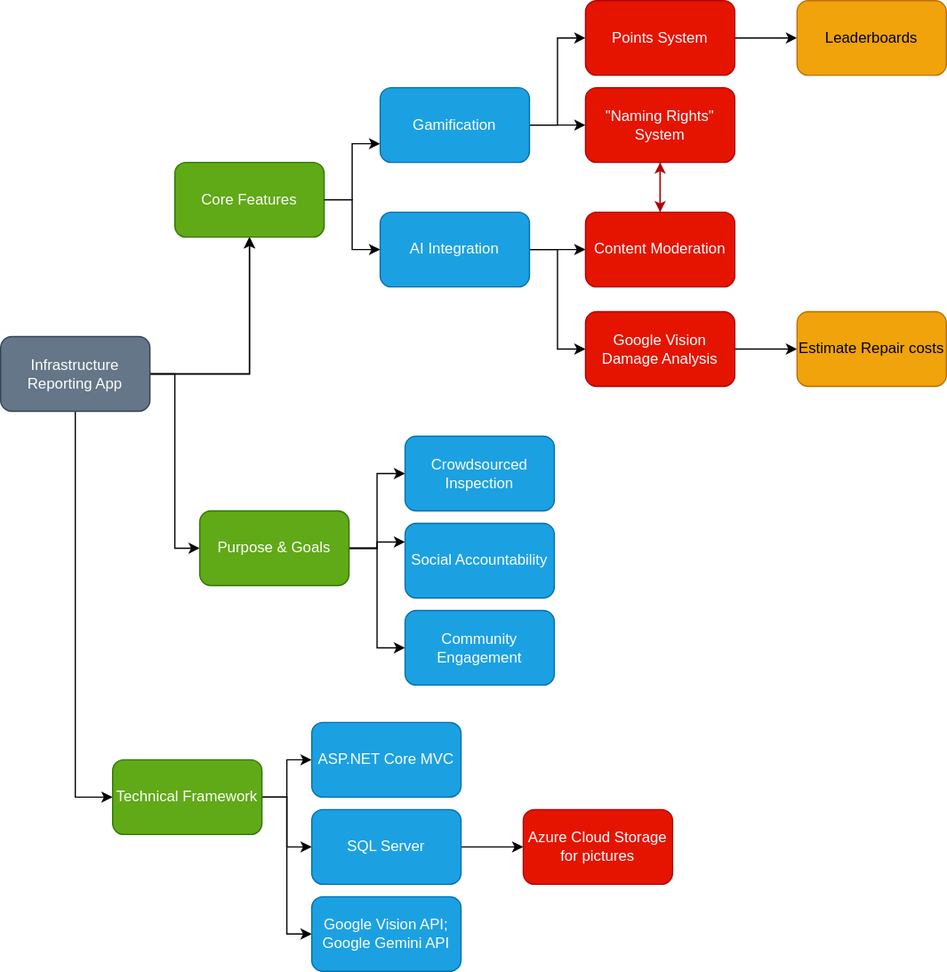
Earlier version of the draw.io export doc/infrastructure_mind_map.svg (phillip-alter/dynamic-engineering-squad). Source tidied: cells renumbered, new cells last; positions are measured from the earlier drawing's top-left corner, leaving out a move shared by most shapes.
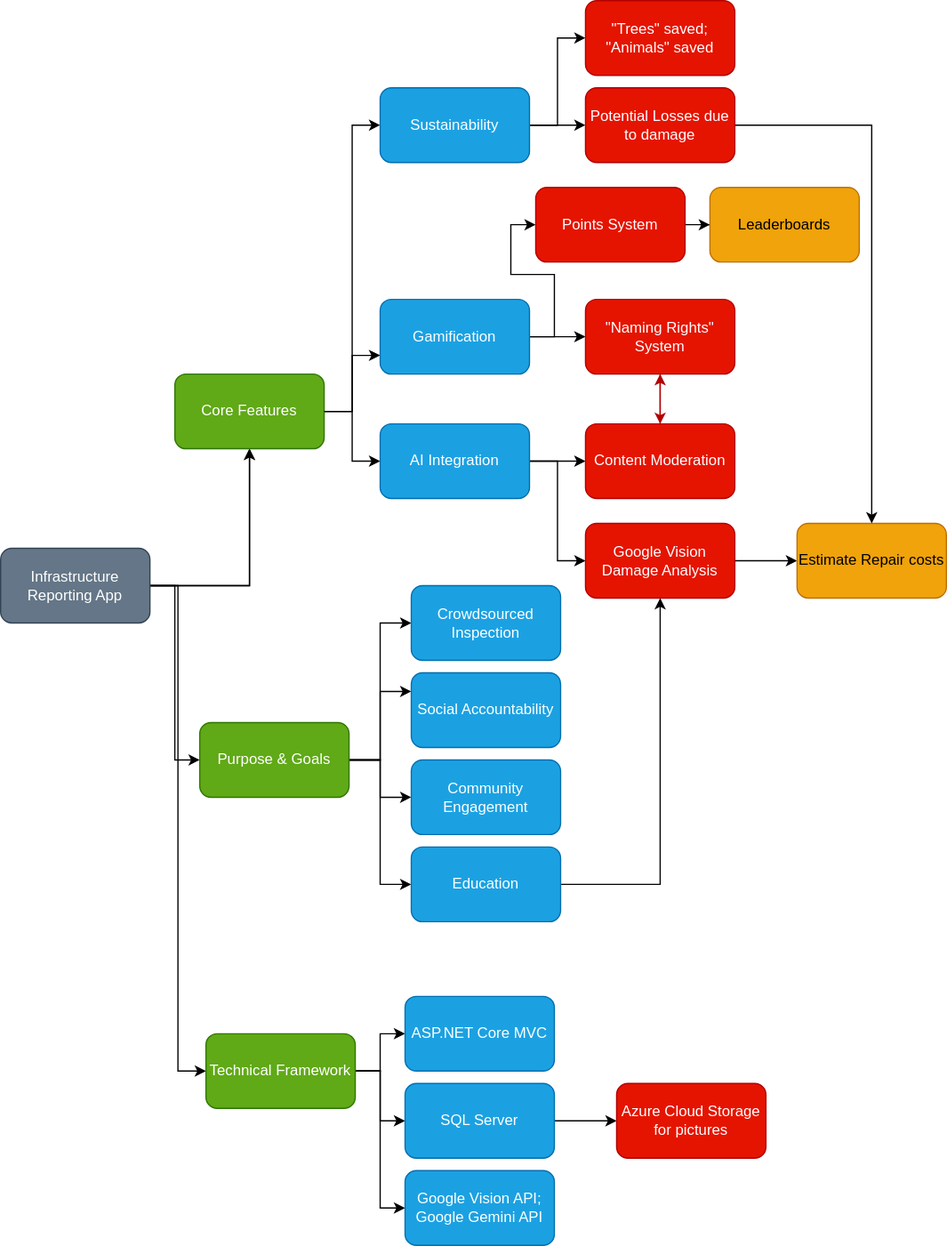
Above is the later version.

Commit message:
(add) architecture svg; (add) add extra mind map bubbles for sustainability

Diff of the diagram source:
```diff
@@ -20,10 +20,13 @@
     <mxCell id="7" style="edgeStyle=orthogonalEdgeStyle;rounded=0;jettySize=auto;html=1;entryX=0;entryY=0.75;entryDx=0;entryDy=0;" parent="1" edge="1" source="8" target="19">
       <mxGeometry relative="1" as="geometry" />
     </mxCell>
+    <mxCell id="42" style="edgeStyle=orthogonalEdgeStyle;rounded=0;jettySize=auto;html=1;entryX=0;entryY=0.5;entryDx=0;entryDy=0;" parent="1" edge="1" source="8" target="46">
+      <mxGeometry relative="1" as="geometry" />
+    </mxCell>
     <mxCell id="8" value="Core Features" style="whiteSpace=wrap;html=1;rounded=1;fillColor=#60a917;fontColor=#ffffff;strokeColor=#2D7600;" parent="1" vertex="1">
       <mxGeometry x="140" y="130" width="120" height="60" as="geometry" />
     </mxCell>
-    <mxCell id="9" style="edgeStyle=orthogonalEdgeStyle;rounded=0;jettySize=auto;html=1;" parent="1" edge="1" source="12" target="34">
+    <mxCell id="9" style="edgeStyle=orthogonalEdgeStyle;rounded=0;jettySize=auto;html=1;entryX=0;entryY=0.5;entryDx=0;entryDy=0;" parent="1" edge="1" source="12" target="34">
       <mxGeometry relative="1" as="geometry" />
     </mxCell>
     <mxCell id="10" style="edgeStyle=orthogonalEdgeStyle;rounded=0;jettySize=auto;html=1;entryX=0;entryY=0.25;entryDx=0;entryDy=0;" parent="1" edge="1" source="12" target="35">
@@ -32,6 +35,9 @@
     <mxCell id="11" style="edgeStyle=orthogonalEdgeStyle;rounded=0;jettySize=auto;html=1;entryX=0;entryY=0.5;entryDx=0;entryDy=0;" parent="1" edge="1" source="12" target="36">
       <mxGeometry relative="1" as="geometry" />
     </mxCell>
+    <mxCell id="43" style="edgeStyle=orthogonalEdgeStyle;rounded=0;jettySize=auto;html=1;entryX=0;entryY=0.5;entryDx=0;entryDy=0;" parent="1" edge="1" source="12" target="51">
+      <mxGeometry relative="1" as="geometry" />
+    </mxCell>
     <mxCell id="12" value="Purpose &amp;amp; Goals" style="rounded=1;whiteSpace=wrap;html=1;fillColor=#60a917;fontColor=#ffffff;strokeColor=#2D7600;" parent="1" vertex="1">
       <mxGeometry x="160" y="410" width="120" height="60" as="geometry" />
     </mxCell>
@@ -45,7 +51,7 @@
       <mxGeometry relative="1" as="geometry" />
     </mxCell>
     <mxCell id="16" value="Technical Framework" style="rounded=1;whiteSpace=wrap;html=1;fillColor=#60a917;fontColor=#ffffff;strokeColor=#2D7600;" parent="1" vertex="1">
-      <mxGeometry x="90" y="610" width="120" height="60" as="geometry" />
+      <mxGeometry x="165" y="660" width="120" height="60" as="geometry" />
     </mxCell>
     <mxCell id="17" style="edgeStyle=orthogonalEdgeStyle;rounded=0;jettySize=auto;html=1;entryX=0;entryY=0.5;entryDx=0;entryDy=0;" parent="1" edge="1" source="19" target="25">
       <mxGeometry relative="1" as="geometry" />
@@ -72,10 +78,10 @@
       <mxGeometry relative="1" as="geometry" />
     </mxCell>
     <mxCell id="25" value="Points System" style="rounded=1;whiteSpace=wrap;html=1;fillColor=#e51400;fontColor=#ffffff;strokeColor=#B20000;" parent="1" vertex="1">
-      <mxGeometry x="470" width="120" height="60" as="geometry" />
+      <mxGeometry x="430" y="-20" width="120" height="60" as="geometry" />
     </mxCell>
     <mxCell id="26" value="Leaderboards" style="rounded=1;whiteSpace=wrap;html=1;fillColor=#f0a30a;fontColor=#000000;strokeColor=#BD7000;" parent="1" vertex="1">
-      <mxGeometry x="640" width="120" height="60" as="geometry" />
+      <mxGeometry x="570" y="-20" width="120" height="60" as="geometry" />
     </mxCell>
     <mxCell id="27" style="edgeStyle=orthogonalEdgeStyle;rounded=0;jettySize=auto;html=1;fillColor=#e51400;strokeColor=#B20000;" parent="1" edge="1" source="28" target="33">
       <mxGeometry relative="1" as="geometry" />
@@ -99,28 +105,52 @@
       <mxGeometry x="470" y="170" width="120" height="60" as="geometry" />
     </mxCell>
     <mxCell id="34" value="Crowdsourced Inspection" style="whiteSpace=wrap;html=1;rounded=1;fillColor=#1ba1e2;fontColor=#ffffff;strokeColor=#006EAF;" parent="1" vertex="1">
-      <mxGeometry x="325" y="350" width="120" height="60" as="geometry" />
+      <mxGeometry x="330" y="300" width="120" height="60" as="geometry" />
     </mxCell>
     <mxCell id="35" value="Social Accountability" style="rounded=1;whiteSpace=wrap;html=1;fillColor=#1ba1e2;fontColor=#ffffff;strokeColor=#006EAF;" parent="1" vertex="1">
-      <mxGeometry x="325" y="420" width="120" height="60" as="geometry" />
+      <mxGeometry x="330" y="370" width="120" height="60" as="geometry" />
     </mxCell>
     <mxCell id="36" value="Community Engagement" style="rounded=1;whiteSpace=wrap;html=1;fillColor=#1ba1e2;fontColor=#ffffff;strokeColor=#006EAF;" parent="1" vertex="1">
-      <mxGeometry x="325" y="490" width="120" height="60" as="geometry" />
+      <mxGeometry x="330" y="440" width="120" height="60" as="geometry" />
     </mxCell>
     <mxCell id="37" value="ASP.NET Core MVC" style="whiteSpace=wrap;html=1;rounded=1;fillColor=#1ba1e2;fontColor=#ffffff;strokeColor=#006EAF;" parent="1" vertex="1">
-      <mxGeometry x="250" y="580" width="120" height="60" as="geometry" />
+      <mxGeometry x="325" y="630" width="120" height="60" as="geometry" />
     </mxCell>
     <mxCell id="38" style="edgeStyle=orthogonalEdgeStyle;rounded=0;jettySize=auto;html=1;" parent="1" edge="1" source="39" target="41">
       <mxGeometry relative="1" as="geometry" />
     </mxCell>
     <mxCell id="39" value="SQL Server" style="rounded=1;whiteSpace=wrap;html=1;fillColor=#1ba1e2;fontColor=#ffffff;strokeColor=#006EAF;" parent="1" vertex="1">
-      <mxGeometry x="250" y="650" width="120" height="60" as="geometry" />
+      <mxGeometry x="325" y="700" width="120" height="60" as="geometry" />
     </mxCell>
     <mxCell id="40" value="Google Vision API; Google Gemini API" style="rounded=1;whiteSpace=wrap;html=1;fillColor=#1ba1e2;fontColor=#ffffff;strokeColor=#006EAF;" parent="1" vertex="1">
-      <mxGeometry x="250" y="720" width="120" height="60" as="geometry" />
+      <mxGeometry x="325" y="770" width="120" height="60" as="geometry" />
     </mxCell>
     <mxCell id="41" value="Azure Cloud Storage for pictures" style="whiteSpace=wrap;html=1;rounded=1;fillColor=#e51400;fontColor=#ffffff;strokeColor=#B20000;" parent="1" vertex="1">
-      <mxGeometry x="420" y="650" width="120" height="60" as="geometry" />
+      <mxGeometry x="495" y="700" width="120" height="60" as="geometry" />
     </mxCell>
+    <mxCell id="44" style="edgeStyle=orthogonalEdgeStyle;rounded=0;jettySize=auto;html=1;" parent="1" edge="1" source="46" target="48">
+      <mxGeometry relative="1" as="geometry" />
+    </mxCell>
+    <mxCell id="45" style="edgeStyle=orthogonalEdgeStyle;rounded=0;jettySize=auto;html=1;entryX=0;entryY=0.5;entryDx=0;entryDy=0;" parent="1" edge="1" source="46" target="49">
+      <mxGeometry relative="1" as="geometry" />
+    </mxCell>
+    <mxCell id="46" value="Sustainability" style="rounded=1;whiteSpace=wrap;html=1;fillColor=#1ba1e2;fontColor=#ffffff;strokeColor=#006EAF;" parent="1" vertex="1">
+      <mxGeometry x="305" y="-100" width="120" height="60" as="geometry" />
+    </mxCell>
+    <mxCell id="47" style="edgeStyle=orthogonalEdgeStyle;rounded=0;jettySize=auto;html=1;" parent="1" edge="1" source="48" target="31">
+      <mxGeometry relative="1" as="geometry" />
+    </mxCell>
+    <mxCell id="48" value="Potential Losses due to damage" style="whiteSpace=wrap;html=1;rounded=1;fillColor=#e51400;fontColor=#ffffff;strokeColor=#B20000;" parent="1" vertex="1">
+      <mxGeometry x="470" y="-100" width="120" height="60" as="geometry" />
+    </mxCell>
+    <mxCell id="49" value="&quot;Trees&quot; saved; &quot;Animals&quot; saved" style="rounded=1;whiteSpace=wrap;html=1;fillColor=#e51400;fontColor=#ffffff;strokeColor=#B20000;" parent="1" vertex="1">
+      <mxGeometry x="470" y="-170" width="120" height="60" as="geometry" />
+    </mxCell>
+    <mxCell id="50" style="edgeStyle=orthogonalEdgeStyle;rounded=0;jettySize=auto;html=1;entryX=0.5;entryY=1;entryDx=0;entryDy=0;" parent="1" edge="1" source="51" target="30">
+      <mxGeometry relative="1" as="geometry" />
+    </mxCell>
+    <mxCell id="51" value="Education" style="rounded=1;whiteSpace=wrap;html=1;fillColor=#1ba1e2;fontColor=#ffffff;strokeColor=#006EAF;" parent="1" vertex="1">
+      <mxGeometry x="330" y="510" width="120" height="60" as="geometry" />
+    </mxCell>
   </root>
 </mxGraphModel>
```
